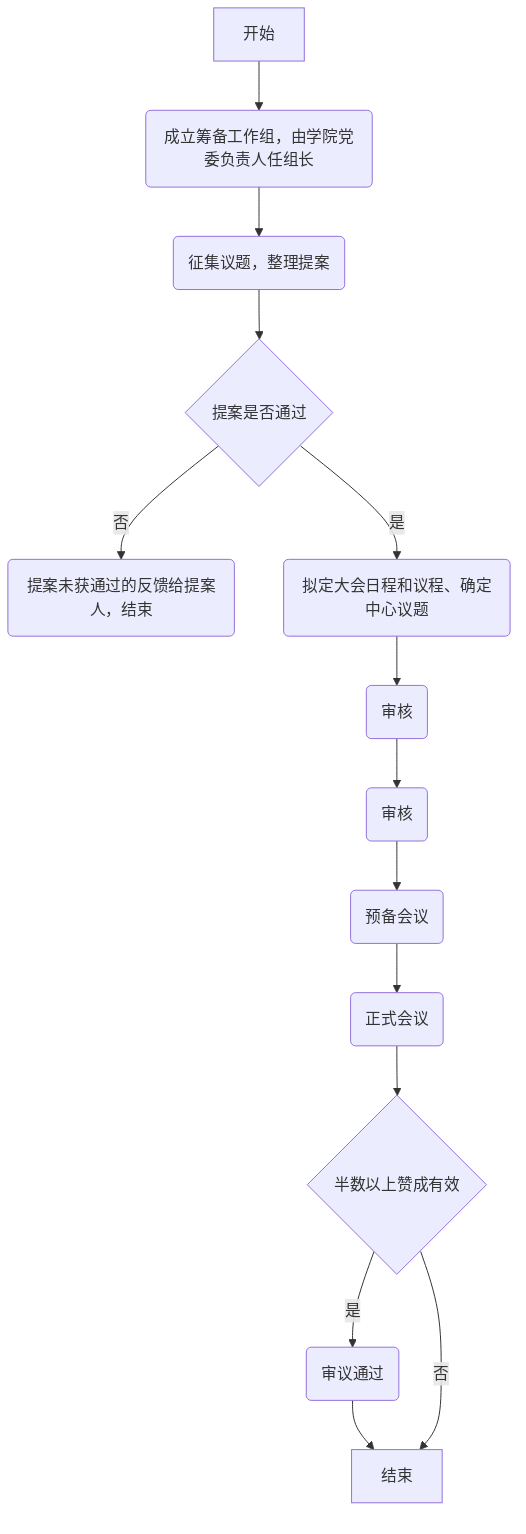
Earlier version of the Mermaid export outline2flow/flow_outputs/page_2.png (AmyIvan/work1). Its source is kept beside it as outline2flow/mmd_outputs/page_2.mmd. Its diagram source:
```mermaid
flowchart TD
    A[开始] --> B(成立筹备工作组，由学院党委负责人任组长)
    B --> C(征集议题，整理提案)
    C --> D{提案是否通过}
    D -->|否| E(提案未获通过的反馈给提案人，结束)
    D -->|是| F(拟定大会日程和议程、确定中心议题)
    F --> G(审核)
    G --> H(审核)
    H --> I(预备会议)
    I --> J(正式会议)
    J --> K{半数以上赞成有效}
    K -->|是| L(审议通过)
    L --> M[结束]
    K -->|否| M[结束]
```
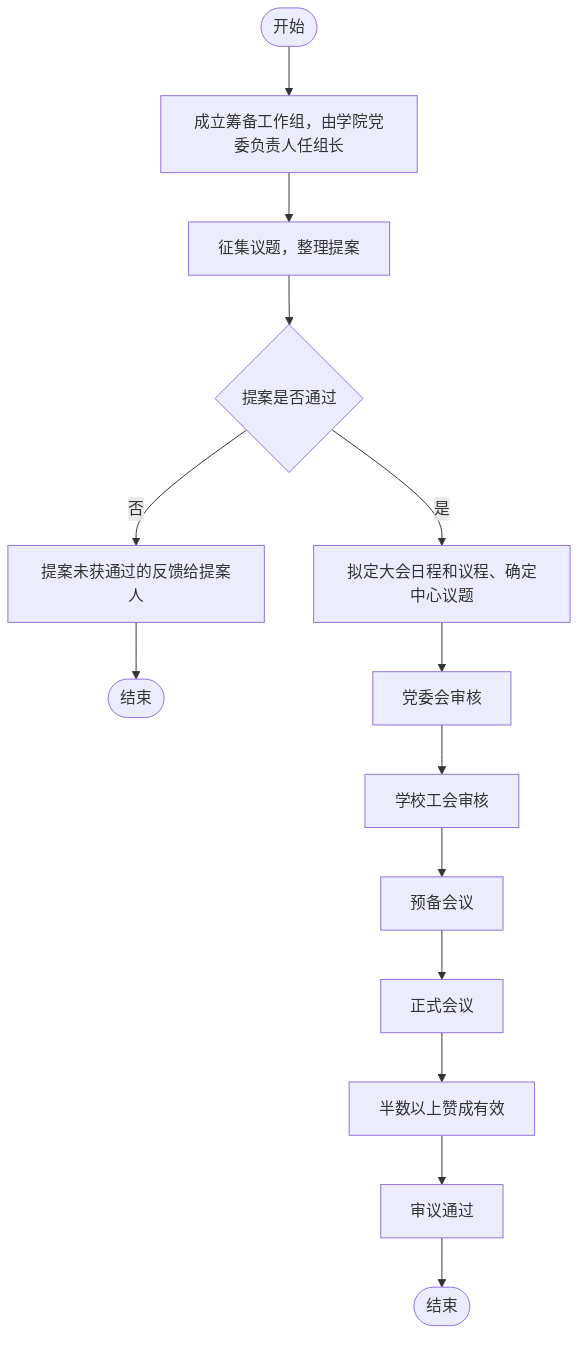
Above is the later version.

Diff of the diagram source:
```diff
@@ -1,14 +1,13 @@
 flowchart TD
-    A[开始] --> B(成立筹备工作组，由学院党委负责人任组长)
-    B --> C(征集议题，整理提案)
-    C --> D{提案是否通过}
-    D -->|否| E(提案未获通过的反馈给提案人，结束)
-    D -->|是| F(拟定大会日程和议程、确定中心议题)
-    F --> G(审核)
-    G --> H(审核)
-    H --> I(预备会议)
-    I --> J(正式会议)
-    J --> K{半数以上赞成有效}
-    K -->|是| L(审议通过)
-    L --> M[结束]
-    K -->|否| M[结束]
+    Start(["开始"]) --> A[成立筹备工作组，由学院党委负责人任组长]
+    A --> B[征集议题，整理提案]
+    B --> C{提案是否通过}
+    C -->|否| D[提案未获通过的反馈给提案人] --> End1(["结束"])
+    C -->|是| E[拟定大会日程和议程、确定中心议题]
+    E --> F[党委会审核]
+    F --> G[学校工会审核]
+    G --> H[预备会议]
+    H --> I[正式会议]
+    I --> J[半数以上赞成有效]
+    J --> K[审议通过]
+    K --> End2(["结束"])
```
